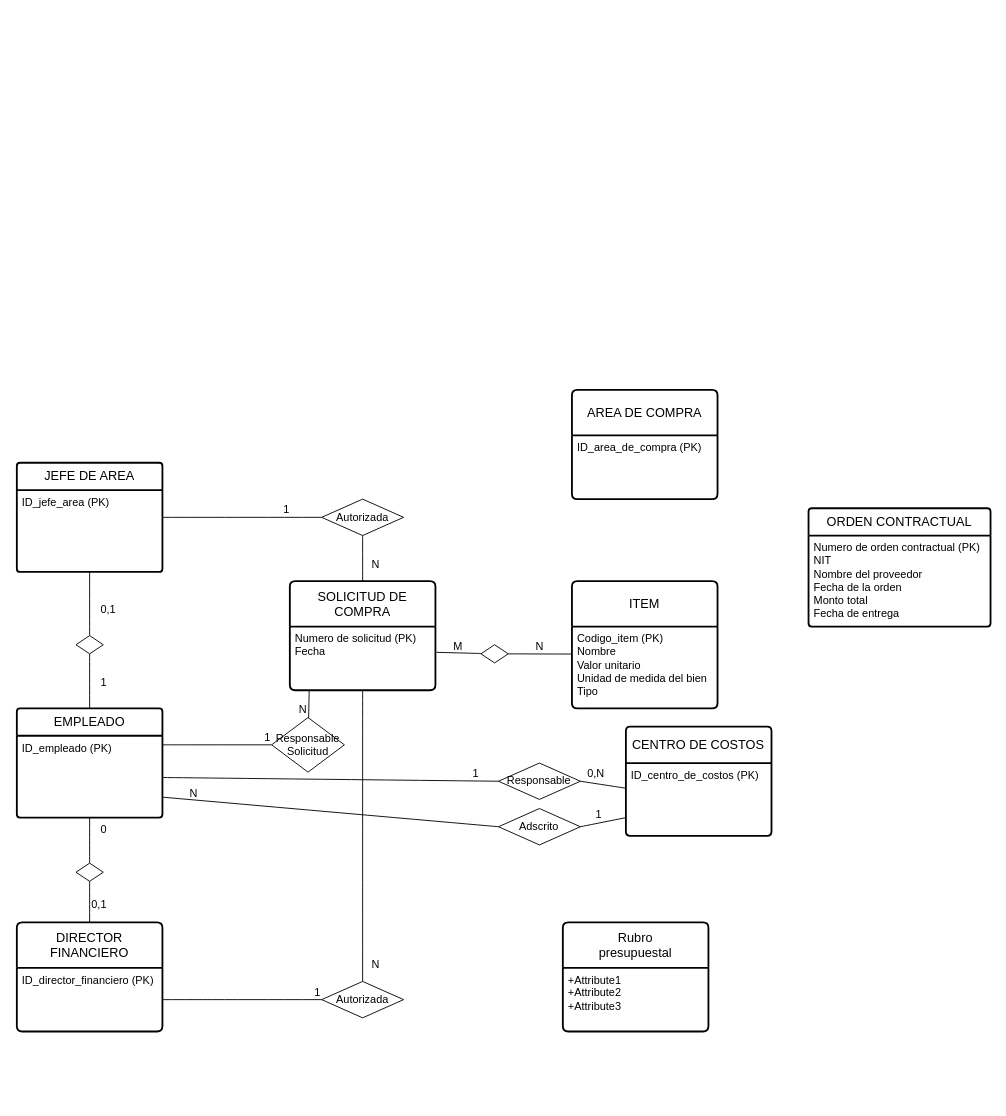
The draw.io diagram DiagramaBaseDeDatos.drawio in elaiacamara/Arangoya, before the edit. Source tidied: cells renumbered, new cells numbered last; positions are measured from the earlier drawing's top-left corner, leaving out a move shared by most shapes. Both pictures are drawn from the tidied source at 91%, with x=0, y=0 at pixel (16, 389).
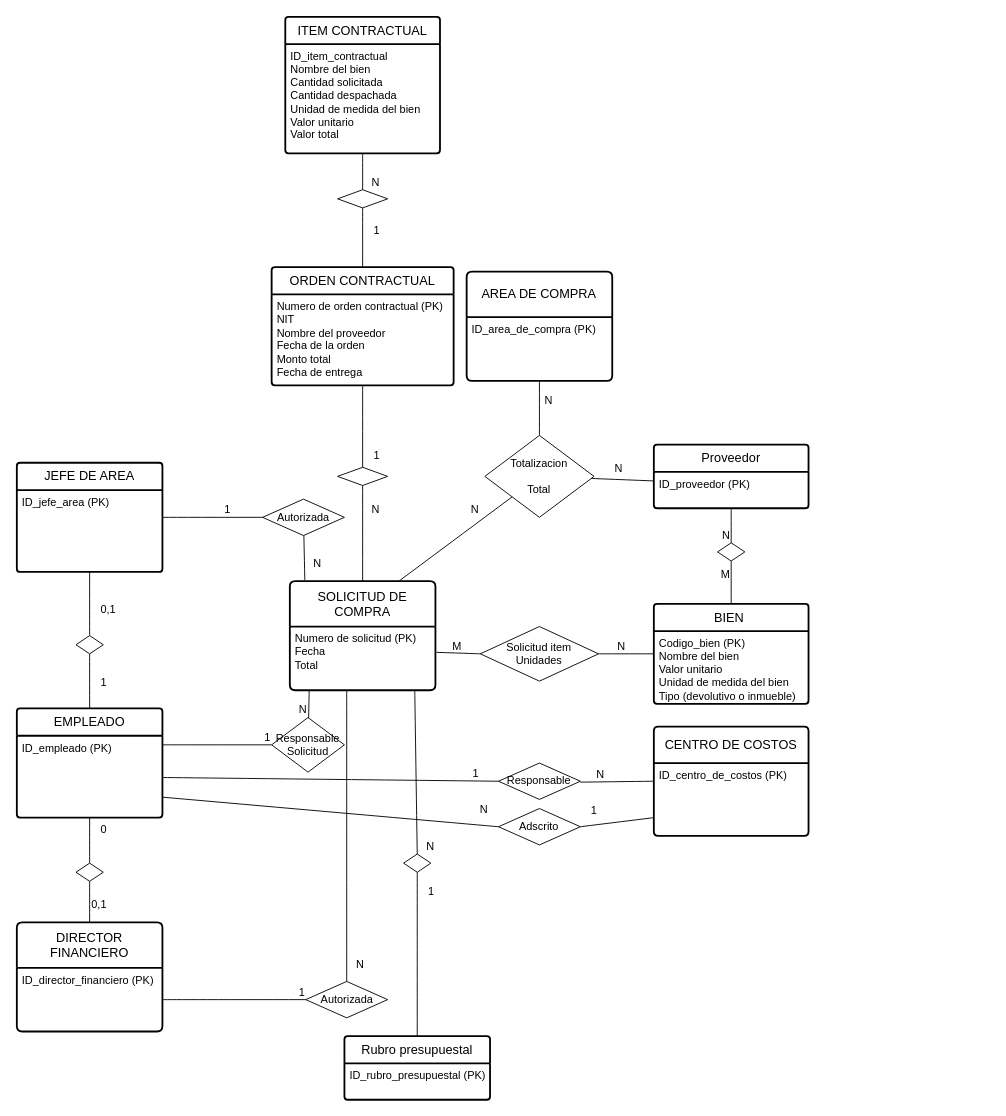
The same page after the edit.

Unchanged cells that the change refers to:
```xml
<mxCell id="6" value="SOLICITUD DE COMPRA" style="swimlane;horizontal=1;startSize=50;rounded=1;fontSize=14;fontStyle=0;strokeWidth=2;shadow=0;dashed=0;align=center;arcSize=4;whiteSpace=wrap;html=1;" parent="1" vertex="1">
  <mxGeometry x="300" y="210" width="160" height="120" as="geometry" />
</mxCell>
<mxCell id="11" value="ID_area_de_compra (PK)" style="align=left;strokeColor=none;fillColor=none;spacingLeft=4;spacingRight=4;fontSize=12;verticalAlign=top;html=1;whiteSpace=wrap;" parent="10" vertex="1">
  <mxGeometry y="50" width="160" height="70" as="geometry" />
</mxCell>
<mxCell id="31" value="Responsable" style="shape=rhombus;perimeter=rhombusPerimeter;whiteSpace=wrap;html=1;align=center;" parent="1" vertex="1">
  <mxGeometry x="529.3" y="410" width="90" height="40" as="geometry" />
</mxCell>
<mxCell id="33" style="endArrow=none;html=1;rounded=0;fontSize=12;startSize=8;endSize=8;curved=1;entryX=0;entryY=0.75;entryDx=0;entryDy=0;exitX=1;exitY=0.5;exitDx=0;exitDy=0;" parent="1" edge="1" source="32" target="15">
  <mxGeometry relative="1" as="geometry" />
</mxCell>
<mxCell id="35" style="endArrow=none;html=1;rounded=0;fontSize=12;startSize=8;endSize=8;curved=1;entryX=1;entryY=0.75;entryDx=0;entryDy=0;exitX=0;exitY=0.5;exitDx=0;exitDy=0;" parent="1" edge="1" source="32" target="3">
  <mxGeometry relative="1" as="geometry" />
</mxCell>
<mxCell id="59" value="Numero de orden contractual (PK)&lt;div&gt;NIT&lt;br&gt;Nombre del proveedor&lt;/div&gt;&lt;div&gt;Fecha de la orden&lt;/div&gt;&lt;div&gt;Monto total&lt;br&gt;Fecha de entrega&lt;/div&gt;" style="align=left;strokeColor=none;fillColor=none;spacingLeft=4;spacingRight=4;fontSize=12;verticalAlign=top;html=1;whiteSpace=wrap;" parent="58" vertex="1">
  <mxGeometry y="30" width="200" height="100" as="geometry" />
</mxCell>
```

Change to the diagram source:
```diff
@@
+    <mxCell id="60" style="edgeStyle=none;curved=1;rounded=0;jettySize=auto;html=1;fontSize=12;startSize=8;endSize=8;" parent="1" edge="1" source="11" target="10">
+      <mxGeometry relative="1" as="geometry" />
+    </mxCell>
@@
-    <mxCell id="7" value="Numero de solicitud (PK)&lt;div&gt;Fecha&lt;/div&gt;" style="align=left;strokeColor=none;fillColor=none;spacingLeft=4;spacingRight=4;fontSize=12;verticalAlign=top;html=1;whiteSpace=wrap;" parent="6" vertex="1">
+    <mxCell id="7" value="Numero de solicitud (PK)&lt;div&gt;Fecha&lt;/div&gt;&lt;div&gt;Total&lt;/div&gt;" style="align=left;strokeColor=none;fillColor=none;spacingLeft=4;spacingRight=4;fontSize=12;verticalAlign=top;html=1;whiteSpace=wrap;" parent="6" vertex="1">
       <mxGeometry y="50" width="160" height="70" as="geometry" />
     </mxCell>
-    <mxCell id="8" value="ITEM" style="swimlane;horizontal=1;startSize=50;rounded=1;fontSize=14;fontStyle=0;strokeWidth=2;shadow=0;dashed=0;align=center;arcSize=4;whiteSpace=wrap;html=1;" parent="1" vertex="1">
-      <mxGeometry x="610" y="210" width="160" height="140" as="geometry" />
+    <mxCell id="8" value="BIEN&amp;nbsp;" style="swimlane;horizontal=1;startSize=30;rounded=1;fontSize=14;fontStyle=0;strokeWidth=2;shadow=0;dashed=0;align=center;arcSize=4;whiteSpace=wrap;html=1;" parent="1" vertex="1">
+      <mxGeometry x="700" y="235" width="170" height="110" as="geometry" />
     </mxCell>
-    <mxCell id="9" value="Codigo_item (PK)&lt;div&gt;Nombre&lt;/div&gt;&lt;div&gt;Valor unitario&lt;/div&gt;&lt;div&gt;Unidad de medida del bien&lt;/div&gt;&lt;div&gt;Tipo&lt;/div&gt;" style="align=left;strokeColor=none;fillColor=none;spacingLeft=4;spacingRight=4;fontSize=12;verticalAlign=top;html=1;whiteSpace=wrap;" parent="8" vertex="1">
-      <mxGeometry y="50" width="160" height="90" as="geometry" />
+    <mxCell id="9" value="Codigo_bien (PK)&lt;div&gt;Nombre del bien&lt;/div&gt;&lt;div&gt;Valor unitario&lt;/div&gt;&lt;div&gt;Unidad de medida del bien&lt;/div&gt;&lt;div&gt;Tipo (devolutivo o inmueble)&lt;/div&gt;" style="align=left;strokeColor=none;fillColor=none;spacingLeft=4;spacingRight=4;fontSize=12;verticalAlign=top;html=1;whiteSpace=wrap;" parent="8" vertex="1">
+      <mxGeometry y="30" width="170" height="80" as="geometry" />
     </mxCell>
     <mxCell id="10" value="AREA DE COMPRA" style="swimlane;horizontal=1;startSize=50;rounded=1;fontSize=14;fontStyle=0;strokeWidth=2;shadow=0;dashed=0;align=center;arcSize=4;whiteSpace=wrap;html=1;" parent="1" vertex="1">
-      <mxGeometry x="610" width="160" height="120" as="geometry" />
+      <mxGeometry x="494.3" y="-130" width="160" height="120" as="geometry" />
     </mxCell>
@@
     <mxCell id="14" value="CENTRO DE COSTOS" style="swimlane;horizontal=1;startSize=40;rounded=1;fontSize=14;fontStyle=0;strokeWidth=2;shadow=0;dashed=0;align=center;arcSize=4;whiteSpace=wrap;html=1;" parent="1" vertex="1">
-      <mxGeometry x="669.3" y="370" width="160" height="120" as="geometry" />
+      <mxGeometry x="700" y="370" width="170" height="120" as="geometry" />
     </mxCell>
     <mxCell id="15" value="ID_centro_de_costos (PK)" style="align=left;strokeColor=none;fillColor=none;spacingLeft=4;spacingRight=4;fontSize=12;verticalAlign=top;html=1;whiteSpace=wrap;" parent="14" vertex="1">
-      <mxGeometry y="40" width="160" height="80" as="geometry" />
+      <mxGeometry y="40" width="170" height="80" as="geometry" />
     </mxCell>
-    <mxCell id="16" style="shape=rhombus;perimeter=rhombusPerimeter;whiteSpace=wrap;html=1;align=center;" parent="1" vertex="1">
-      <mxGeometry x="510" y="280" width="30" height="20" as="geometry" />
+    <mxCell id="16" value="Solicitud item&lt;br&gt;Unidades" style="shape=rhombus;perimeter=rhombusPerimeter;whiteSpace=wrap;html=1;align=center;" parent="1" vertex="1">
+      <mxGeometry x="509.3" y="260" width="130" height="60" as="geometry" />
     </mxCell>
-    <mxCell id="17" style="endArrow=none;html=1;rounded=0;fontSize=12;startSize=8;endSize=8;curved=1;entryX=-0.002;entryY=0.336;entryDx=0;entryDy=0;entryPerimeter=0;" parent="1" edge="1" source="16" target="9">
-      <mxGeometry relative="1" as="geometry" />
+    <mxCell id="17" style="endArrow=none;html=1;rounded=0;fontSize=12;startSize=8;endSize=8;curved=1;exitX=1;exitY=0.5;exitDx=0;exitDy=0;" parent="1" edge="1" source="16">
+      <mxGeometry relative="1" as="geometry">
+        <mxPoint x="700" y="290" as="targetPoint" />
+      </mxGeometry>
     </mxCell>
@@
-    <mxCell id="19" style="endArrow=none;html=1;rounded=0;fontSize=12;startSize=8;endSize=8;curved=1;entryX=1.007;entryY=0.405;entryDx=0;entryDy=0;entryPerimeter=0;" parent="1" edge="1" source="16" target="7">
+    <mxCell id="19" style="endArrow=none;html=1;rounded=0;fontSize=12;startSize=8;endSize=8;curved=1;entryX=1.007;entryY=0.405;entryDx=0;entryDy=0;entryPerimeter=0;exitX=0;exitY=0.5;exitDx=0;exitDy=0;" parent="1" edge="1" source="16" target="7">
       <mxGeometry relative="1" as="geometry" />
     </mxCell>
@@
     <mxCell id="34" value="1" style="html=1;whiteSpace=wrap;align=right;verticalAlign=bottom;fontSize=12;" parent="33" vertex="1">
       <mxGeometry x="1" relative="1" as="geometry">
-        <mxPoint x="-25" y="5" as="offset" />
+        <mxPoint x="-61" as="offset" />
       </mxGeometry>
     </mxCell>
@@
     <mxCell id="36" value="N" style="html=1;whiteSpace=wrap;align=right;verticalAlign=bottom;fontSize=12;" parent="35" vertex="1">
       <mxGeometry x="1" relative="1" as="geometry">
-        <mxPoint x="40" y="5" as="offset" />
+        <mxPoint x="359" y="22" as="offset" />
       </mxGeometry>
     </mxCell>
@@
-    <mxCell id="39" style="endArrow=none;html=1;rounded=0;fontSize=12;startSize=8;endSize=8;curved=1;entryX=1;entryY=0.5;entryDx=0;entryDy=0;" parent="1" edge="1" source="15" target="31">
-      <mxGeometry relative="1" as="geometry" />
+    <mxCell id="39" style="endArrow=none;html=1;rounded=0;fontSize=12;startSize=8;endSize=8;curved=1;entryX=1;entryY=0.5;entryDx=0;entryDy=0;exitX=0;exitY=0.5;exitDx=0;exitDy=0;" parent="1" edge="1" source="14">
+      <mxGeometry relative="1" as="geometry">
+        <mxPoint x="619.3" y="431" as="targetPoint" />
+      </mxGeometry>
     </mxCell>
-    <mxCell id="40" value="0,N" style="html=1;whiteSpace=wrap;align=right;verticalAlign=bottom;fontSize=12;" parent="39" vertex="1">
+    <mxCell id="40" value="&lt;div&gt;&lt;br&gt;&lt;/div&gt;N" style="html=1;whiteSpace=wrap;align=right;verticalAlign=bottom;fontSize=12;" parent="39" vertex="1">
       <mxGeometry x="1" relative="1" as="geometry">
         <mxPoint x="28" as="offset" />
       </mxGeometry>
     </mxCell>
     <mxCell id="41" value="Autorizada" style="shape=rhombus;perimeter=rhombusPerimeter;whiteSpace=wrap;html=1;align=center;" parent="1" vertex="1">
-      <mxGeometry x="335" y="650" width="90" height="40" as="geometry" />
+      <mxGeometry x="317.5" y="650" width="90" height="40" as="geometry" />
     </mxCell>
-    <mxCell id="42" style="endArrow=none;html=1;rounded=0;fontSize=12;startSize=8;endSize=8;curved=1;entryX=0.5;entryY=0;entryDx=0;entryDy=0;" parent="1" edge="1" source="7" target="41">
-      <mxGeometry relative="1" as="geometry" />
+    <mxCell id="42" style="endArrow=none;html=1;rounded=0;fontSize=12;startSize=8;endSize=8;curved=1;entryX=0.5;entryY=0;entryDx=0;entryDy=0;" parent="1" edge="1" target="41">
+      <mxGeometry relative="1" as="geometry">
+        <mxPoint x="362.5" y="330" as="sourcePoint" />
+      </mxGeometry>
     </mxCell>
@@
     <mxCell id="46" value="Autorizada" style="shape=rhombus;perimeter=rhombusPerimeter;whiteSpace=wrap;html=1;align=center;" parent="1" vertex="1">
-      <mxGeometry x="335" y="120" width="90" height="40" as="geometry" />
+      <mxGeometry x="270" y="120" width="90" height="40" as="geometry" />
     </mxCell>
-    <mxCell id="47" style="endArrow=none;html=1;rounded=0;fontSize=12;startSize=8;endSize=8;curved=1;entryX=0.5;entryY=0;entryDx=0;entryDy=0;" parent="1" edge="1" source="46" target="6">
+    <mxCell id="47" style="endArrow=none;html=1;rounded=0;fontSize=12;startSize=8;endSize=8;curved=1;entryX=0.103;entryY=-0.008;entryDx=0;entryDy=0;entryPerimeter=0;" parent="1" edge="1" source="46" target="6">
       <mxGeometry relative="1" as="geometry" />
     </mxCell>
@@
-    <mxCell id="56" value="Rubro&lt;br/&gt;presupuestal" style="swimlane;horizontal=1;startSize=50;rounded=1;fontSize=14;fontStyle=0;strokeWidth=2;shadow=0;dashed=0;align=center;arcSize=4;whiteSpace=wrap;html=1;" parent="1" vertex="1">
-      <mxGeometry x="600" y="585" width="160" height="120" as="geometry" />
+    <mxCell id="56" value="Rubro presupuestal" style="swimlane;horizontal=1;startSize=30;rounded=1;fontSize=14;fontStyle=0;strokeWidth=2;shadow=0;dashed=0;align=center;arcSize=4;whiteSpace=wrap;html=1;" parent="1" vertex="1">
+      <mxGeometry x="360" y="710" width="160" height="70" as="geometry" />
     </mxCell>
-    <mxCell id="57" value="+Attribute1&#10;+Attribute2&#10;+Attribute3" style="align=left;strokeColor=none;fillColor=none;spacingLeft=4;spacingRight=4;fontSize=12;verticalAlign=top;html=1;whiteSpace=wrap;" parent="56" vertex="1">
-      <mxGeometry y="50" width="160" height="70" as="geometry" />
+    <mxCell id="57" value="ID_rubro_presupuestal (PK)" style="align=left;strokeColor=none;fillColor=none;spacingLeft=4;spacingRight=4;fontSize=12;verticalAlign=top;html=1;whiteSpace=wrap;" parent="56" vertex="1">
+      <mxGeometry y="30" width="160" height="40" as="geometry" />
     </mxCell>
     <mxCell id="58" value="ORDEN CONTRACTUAL" style="swimlane;horizontal=1;startSize=30;rounded=1;fontSize=14;fontStyle=0;strokeWidth=2;shadow=0;dashed=0;align=center;arcSize=4;whiteSpace=wrap;html=1;" parent="1" vertex="1">
-      <mxGeometry x="870" y="130" width="200" height="130" as="geometry" />
+      <mxGeometry x="280" y="-135" width="200" height="130" as="geometry" />
     </mxCell>
@@
+    <mxCell id="61" value="Totalizacion&lt;div&gt;&lt;br&gt;&lt;/div&gt;&lt;div&gt;Total&lt;/div&gt;" style="shape=rhombus;perimeter=rhombusPerimeter;whiteSpace=wrap;html=1;align=center;" parent="1" vertex="1">
+      <mxGeometry x="514.3" y="50" width="120" height="90" as="geometry" />
+    </mxCell>
+    <mxCell id="62" style="endArrow=none;html=1;rounded=0;fontSize=12;startSize=8;endSize=8;curved=1;entryX=0.5;entryY=1;entryDx=0;entryDy=0;" parent="1" edge="1" source="61" target="10">
+      <mxGeometry relative="1" as="geometry" />
+    </mxCell>
+    <mxCell id="63" value="N" style="html=1;whiteSpace=wrap;align=right;verticalAlign=bottom;fontSize=12;" parent="62" vertex="1">
+      <mxGeometry x="1" relative="1" as="geometry">
+        <mxPoint x="16" y="30" as="offset" />
+      </mxGeometry>
+    </mxCell>
+    <mxCell id="64" value="Proveedor" style="swimlane;horizontal=1;startSize=30;rounded=1;fontSize=14;fontStyle=0;strokeWidth=2;shadow=0;dashed=0;align=center;arcSize=4;whiteSpace=wrap;html=1;" parent="1" vertex="1">
+      <mxGeometry x="700" y="60" width="170" height="70" as="geometry" />
+    </mxCell>
+    <mxCell id="65" value="ID_proveedor (PK)" style="align=left;strokeColor=none;fillColor=none;spacingLeft=4;spacingRight=4;fontSize=12;verticalAlign=top;html=1;whiteSpace=wrap;" parent="64" vertex="1">
+      <mxGeometry y="30" width="170" height="40" as="geometry" />
+    </mxCell>
+    <mxCell id="66" style="shape=rhombus;perimeter=rhombusPerimeter;whiteSpace=wrap;html=1;align=center;" parent="1" vertex="1">
+      <mxGeometry x="770" y="168" width="30" height="20" as="geometry" />
+    </mxCell>
+    <mxCell id="67" style="endArrow=none;html=1;rounded=0;fontSize=12;startSize=8;endSize=8;curved=1;entryX=0.5;entryY=0;entryDx=0;entryDy=0;" parent="1" edge="1" source="65" target="66">
+      <mxGeometry relative="1" as="geometry" />
+    </mxCell>
+    <mxCell id="68" value="N" style="html=1;whiteSpace=wrap;align=right;verticalAlign=bottom;fontSize=12;" parent="67" vertex="1">
+      <mxGeometry x="1" relative="1" as="geometry" />
+    </mxCell>
+    <mxCell id="69" style="endArrow=none;html=1;rounded=0;fontSize=12;startSize=8;endSize=8;curved=1;entryX=0.5;entryY=0;entryDx=0;entryDy=0;" parent="1" edge="1" source="66" target="8">
+      <mxGeometry relative="1" as="geometry" />
+    </mxCell>
+    <mxCell id="70" value="M" style="html=1;whiteSpace=wrap;align=right;verticalAlign=bottom;fontSize=12;" parent="69" vertex="1">
+      <mxGeometry x="1" relative="1" as="geometry">
+        <mxPoint y="-24" as="offset" />
+      </mxGeometry>
+    </mxCell>
+    <mxCell id="71" style="endArrow=none;html=1;rounded=0;fontSize=12;startSize=8;endSize=8;curved=1;entryX=0;entryY=0.25;entryDx=0;entryDy=0;" parent="1" edge="1" source="61" target="65">
+      <mxGeometry relative="1" as="geometry" />
+    </mxCell>
+    <mxCell id="72" value="N" style="html=1;whiteSpace=wrap;align=right;verticalAlign=bottom;fontSize=12;" parent="71" vertex="1">
+      <mxGeometry x="1" relative="1" as="geometry">
+        <mxPoint x="-33" y="-5" as="offset" />
+      </mxGeometry>
+    </mxCell>
+    <mxCell id="73" style="endArrow=none;html=1;rounded=0;fontSize=12;startSize=8;endSize=8;curved=1;exitX=0.75;exitY=0;exitDx=0;exitDy=0;entryX=0;entryY=1;entryDx=0;entryDy=0;" parent="1" edge="1" source="6" target="61">
+      <mxGeometry relative="1" as="geometry" />
+    </mxCell>
+    <mxCell id="74" value="N" style="html=1;whiteSpace=wrap;align=right;verticalAlign=bottom;fontSize=12;" parent="73" vertex="1">
+      <mxGeometry x="1" relative="1" as="geometry">
+        <mxPoint x="-35" y="23" as="offset" />
+      </mxGeometry>
+    </mxCell>
+    <mxCell id="75" style="shape=rhombus;perimeter=rhombusPerimeter;whiteSpace=wrap;html=1;align=center;" parent="1" vertex="1">
+      <mxGeometry x="352.5" y="85" width="55" height="20" as="geometry" />
+    </mxCell>
+    <mxCell id="76" style="endArrow=none;html=1;rounded=0;fontSize=12;startSize=8;endSize=8;curved=1;entryX=0.5;entryY=0;entryDx=0;entryDy=0;" parent="1" edge="1" source="75" target="6">
+      <mxGeometry relative="1" as="geometry" />
+    </mxCell>
+    <mxCell id="77" value="N" style="html=1;whiteSpace=wrap;align=right;verticalAlign=bottom;fontSize=12;" parent="76" vertex="1">
+      <mxGeometry x="1" relative="1" as="geometry">
+        <mxPoint x="20" y="-70" as="offset" />
+      </mxGeometry>
+    </mxCell>
+    <mxCell id="78" style="endArrow=none;html=1;rounded=0;fontSize=12;startSize=8;endSize=8;curved=1;entryX=0.5;entryY=0;entryDx=0;entryDy=0;" parent="1" edge="1" source="59" target="75">
+      <mxGeometry relative="1" as="geometry" />
+    </mxCell>
+    <mxCell id="79" value="1" style="html=1;whiteSpace=wrap;align=right;verticalAlign=bottom;fontSize=12;" parent="78" vertex="1">
+      <mxGeometry x="1" relative="1" as="geometry">
+        <mxPoint x="20" y="-5" as="offset" />
+      </mxGeometry>
+    </mxCell>
+    <mxCell id="80" value="ITEM CONTRACTUAL" style="swimlane;horizontal=1;startSize=30;rounded=1;fontSize=14;fontStyle=0;strokeWidth=2;shadow=0;dashed=0;align=center;arcSize=4;whiteSpace=wrap;html=1;" parent="1" vertex="1">
+      <mxGeometry x="295" y="-410" width="170" height="150" as="geometry" />
+    </mxCell>
+    <mxCell id="81" value="ID_item_contractual&lt;div&gt;Nombre del bien&lt;/div&gt;&lt;div&gt;Cantidad solicitada&lt;/div&gt;&lt;div&gt;Cantidad despachada&lt;/div&gt;&lt;div&gt;Unidad de medida del bien&lt;/div&gt;&lt;div&gt;Valor unitario&lt;/div&gt;&lt;div&gt;Valor total&lt;/div&gt;" style="align=left;strokeColor=none;fillColor=none;spacingLeft=4;spacingRight=4;fontSize=12;verticalAlign=top;html=1;whiteSpace=wrap;" parent="80" vertex="1">
+      <mxGeometry y="30" width="170" height="120" as="geometry" />
+    </mxCell>
+    <mxCell id="82" style="shape=rhombus;perimeter=rhombusPerimeter;whiteSpace=wrap;html=1;align=center;" parent="1" vertex="1">
+      <mxGeometry x="352.5" y="-220" width="55" height="20" as="geometry" />
+    </mxCell>
+    <mxCell id="83" style="endArrow=none;html=1;rounded=0;fontSize=12;startSize=8;endSize=8;curved=1;entryX=0.5;entryY=0;entryDx=0;entryDy=0;" parent="1" edge="1" source="81" target="82">
+      <mxGeometry relative="1" as="geometry" />
+    </mxCell>
+    <mxCell id="84" value="N" style="html=1;whiteSpace=wrap;align=right;verticalAlign=bottom;fontSize=12;" parent="83" vertex="1">
+      <mxGeometry x="1" relative="1" as="geometry">
+        <mxPoint x="20" as="offset" />
+      </mxGeometry>
+    </mxCell>
+    <mxCell id="85" style="endArrow=none;html=1;rounded=0;fontSize=12;startSize=8;endSize=8;curved=1;entryX=0.5;entryY=0;entryDx=0;entryDy=0;" parent="1" edge="1" source="82" target="58">
+      <mxGeometry relative="1" as="geometry" />
+    </mxCell>
+    <mxCell id="86" value="1" style="html=1;whiteSpace=wrap;align=right;verticalAlign=bottom;fontSize=12;" parent="85" vertex="1">
+      <mxGeometry x="1" relative="1" as="geometry">
+        <mxPoint x="20" y="-32" as="offset" />
+      </mxGeometry>
+    </mxCell>
+    <mxCell id="87" style="shape=rhombus;perimeter=rhombusPerimeter;whiteSpace=wrap;html=1;align=center;" parent="1" vertex="1">
+      <mxGeometry x="425" y="510" width="30" height="20" as="geometry" />
+    </mxCell>
+    <mxCell id="88" style="endArrow=none;html=1;rounded=0;fontSize=12;startSize=8;endSize=8;curved=1;entryX=0.5;entryY=0;entryDx=0;entryDy=0;" parent="1" edge="1" source="87" target="56">
+      <mxGeometry relative="1" as="geometry" />
+    </mxCell>
+    <mxCell id="89" value="1" style="html=1;whiteSpace=wrap;align=right;verticalAlign=bottom;fontSize=12;" parent="88" vertex="1">
+      <mxGeometry x="1" relative="1" as="geometry">
+        <mxPoint x="20" y="-150" as="offset" />
+      </mxGeometry>
+    </mxCell>
+    <mxCell id="90" style="endArrow=none;html=1;rounded=0;fontSize=12;startSize=8;endSize=8;curved=1;exitX=0.858;exitY=0.995;exitDx=0;exitDy=0;exitPerimeter=0;entryX=0.5;entryY=0;entryDx=0;entryDy=0;" parent="1" edge="1" source="7" target="87">
+      <mxGeometry relative="1" as="geometry" />
+    </mxCell>
+    <mxCell id="91" value="N" style="html=1;whiteSpace=wrap;align=right;verticalAlign=bottom;fontSize=12;" parent="90" vertex="1">
+      <mxGeometry x="1" relative="1" as="geometry">
+        <mxPoint x="20" as="offset" />
+      </mxGeometry>
+    </mxCell>
```
